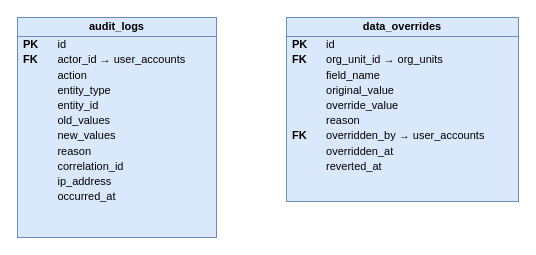
Above: docs/database/diagrams/erd_audit.drawio in cuonglpv/VFast (draw.io), before the change. Source tidied: cells renumbered, new cells numbered last; positions are measured from the earlier drawing's top-left corner, leaving out a move shared by most shapes. Both pictures are drawn from the tidied source at 100%, with x=0, y=0 at pixel (17, 17).
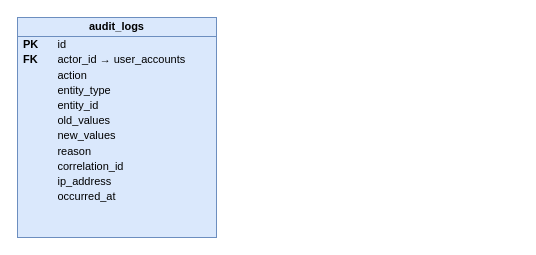
The same page after the edit.

What changed in the source:
```diff
@@
 <mxGraphModel>
   <root>
     <mxCell id="0" />
     <mxCell id="1" parent="0" />
     <mxCell id="2" value="&lt;div style=&quot;font-weight:bold;text-align:center;padding:3px 0;border-bottom:1px solid #6C8EBF;&quot;&gt;audit_logs&lt;/div&gt;&lt;table style=&quot;width:100%;font-size:11px;border-collapse:collapse;&quot;&gt;&lt;tr&gt;&lt;td style=&quot;padding:1px 8px 1px 6px;&quot;&gt;&lt;b&gt;PK&lt;/b&gt;&lt;/td&gt;&lt;td style=&quot;padding:1px 6px;&quot;&gt;id&lt;/td&gt;&lt;/tr&gt;&lt;tr&gt;&lt;td style=&quot;padding:1px 8px 1px 6px;&quot;&gt;&lt;b&gt;FK&lt;/b&gt;&lt;/td&gt;&lt;td style=&quot;padding:1px 6px;&quot;&gt;actor_id → user_accounts&lt;/td&gt;&lt;/tr&gt;&lt;tr&gt;&lt;td style=&quot;padding:1px 8px 1px 6px;&quot;&gt;&lt;b&gt;&lt;/b&gt;&lt;/td&gt;&lt;td style=&quot;padding:1px 6px;&quot;&gt;action&lt;/td&gt;&lt;/tr&gt;&lt;tr&gt;&lt;td style=&quot;padding:1px 8px 1px 6px;&quot;&gt;&lt;b&gt;&lt;/b&gt;&lt;/td&gt;&lt;td style=&quot;padding:1px 6px;&quot;&gt;entity_type&lt;/td&gt;&lt;/tr&gt;&lt;tr&gt;&lt;td style=&quot;padding:1px 8px 1px 6px;&quot;&gt;&lt;b&gt;&lt;/b&gt;&lt;/td&gt;&lt;td style=&quot;padding:1px 6px;&quot;&gt;entity_id&lt;/td&gt;&lt;/tr&gt;&lt;tr&gt;&lt;td style=&quot;padding:1px 8px 1px 6px;&quot;&gt;&lt;b&gt;&lt;/b&gt;&lt;/td&gt;&lt;td style=&quot;padding:1px 6px;&quot;&gt;old_values&lt;/td&gt;&lt;/tr&gt;&lt;tr&gt;&lt;td style=&quot;padding:1px 8px 1px 6px;&quot;&gt;&lt;b&gt;&lt;/b&gt;&lt;/td&gt;&lt;td style=&quot;padding:1px 6px;&quot;&gt;new_values&lt;/td&gt;&lt;/tr&gt;&lt;tr&gt;&lt;td style=&quot;padding:1px 8px 1px 6px;&quot;&gt;&lt;b&gt;&lt;/b&gt;&lt;/td&gt;&lt;td style=&quot;padding:1px 6px;&quot;&gt;reason&lt;/td&gt;&lt;/tr&gt;&lt;tr&gt;&lt;td style=&quot;padding:1px 8px 1px 6px;&quot;&gt;&lt;b&gt;&lt;/b&gt;&lt;/td&gt;&lt;td style=&quot;padding:1px 6px;&quot;&gt;correlation_id&lt;/td&gt;&lt;/tr&gt;&lt;tr&gt;&lt;td style=&quot;padding:1px 8px 1px 6px;&quot;&gt;&lt;b&gt;&lt;/b&gt;&lt;/td&gt;&lt;td style=&quot;padding:1px 6px;&quot;&gt;ip_address&lt;/td&gt;&lt;/tr&gt;&lt;tr&gt;&lt;td style=&quot;padding:1px 8px 1px 6px;&quot;&gt;&lt;b&gt;&lt;/b&gt;&lt;/td&gt;&lt;td style=&quot;padding:1px 6px;&quot;&gt;occurred_at&lt;/td&gt;&lt;/tr&gt;&lt;/table&gt;" style="rounded=0;whiteSpace=wrap;html=1;verticalAlign=top;align=left;spacing=0;overflow=fill;fillColor=#DAE8FC;strokeColor=#6C8EBF;fontSize=11;" parent="1" vertex="1">
       <mxGeometry width="199" height="220" as="geometry" />
     </mxCell>
-    <mxCell id="3" value="&lt;div style=&quot;font-weight:bold;text-align:center;padding:3px 0;border-bottom:1px solid #6C8EBF;&quot;&gt;data_overrides&lt;/div&gt;&lt;table style=&quot;width:100%;font-size:11px;border-collapse:collapse;&quot;&gt;&lt;tr&gt;&lt;td style=&quot;padding:1px 8px 1px 6px;&quot;&gt;&lt;b&gt;PK&lt;/b&gt;&lt;/td&gt;&lt;td style=&quot;padding:1px 6px;&quot;&gt;id&lt;/td&gt;&lt;/tr&gt;&lt;tr&gt;&lt;td style=&quot;padding:1px 8px 1px 6px;&quot;&gt;&lt;b&gt;FK&lt;/b&gt;&lt;/td&gt;&lt;td style=&quot;padding:1px 6px;&quot;&gt;org_unit_id → org_units&lt;/td&gt;&lt;/tr&gt;&lt;tr&gt;&lt;td style=&quot;padding:1px 8px 1px 6px;&quot;&gt;&lt;b&gt;&lt;/b&gt;&lt;/td&gt;&lt;td style=&quot;padding:1px 6px;&quot;&gt;field_name&lt;/td&gt;&lt;/tr&gt;&lt;tr&gt;&lt;td style=&quot;padding:1px 8px 1px 6px;&quot;&gt;&lt;b&gt;&lt;/b&gt;&lt;/td&gt;&lt;td style=&quot;padding:1px 6px;&quot;&gt;original_value&lt;/td&gt;&lt;/tr&gt;&lt;tr&gt;&lt;td style=&quot;padding:1px 8px 1px 6px;&quot;&gt;&lt;b&gt;&lt;/b&gt;&lt;/td&gt;&lt;td style=&quot;padding:1px 6px;&quot;&gt;override_value&lt;/td&gt;&lt;/tr&gt;&lt;tr&gt;&lt;td style=&quot;padding:1px 8px 1px 6px;&quot;&gt;&lt;b&gt;&lt;/b&gt;&lt;/td&gt;&lt;td style=&quot;padding:1px 6px;&quot;&gt;reason&lt;/td&gt;&lt;/tr&gt;&lt;tr&gt;&lt;td style=&quot;padding:1px 8px 1px 6px;&quot;&gt;&lt;b&gt;FK&lt;/b&gt;&lt;/td&gt;&lt;td style=&quot;padding:1px 6px;&quot;&gt;overridden_by → user_accounts&lt;/td&gt;&lt;/tr&gt;&lt;tr&gt;&lt;td style=&quot;padding:1px 8px 1px 6px;&quot;&gt;&lt;b&gt;&lt;/b&gt;&lt;/td&gt;&lt;td style=&quot;padding:1px 6px;&quot;&gt;overridden_at&lt;/td&gt;&lt;/tr&gt;&lt;tr&gt;&lt;td style=&quot;padding:1px 8px 1px 6px;&quot;&gt;&lt;b&gt;&lt;/b&gt;&lt;/td&gt;&lt;td style=&quot;padding:1px 6px;&quot;&gt;reverted_at&lt;/td&gt;&lt;/tr&gt;&lt;/table&gt;" style="rounded=0;whiteSpace=wrap;html=1;verticalAlign=top;align=left;spacing=0;overflow=fill;fillColor=#DAE8FC;strokeColor=#6C8EBF;fontSize=11;" parent="1" vertex="1">
-      <mxGeometry x="269" width="232" height="184" as="geometry" />
-    </mxCell>
   </root>
 </mxGraphModel>
```
